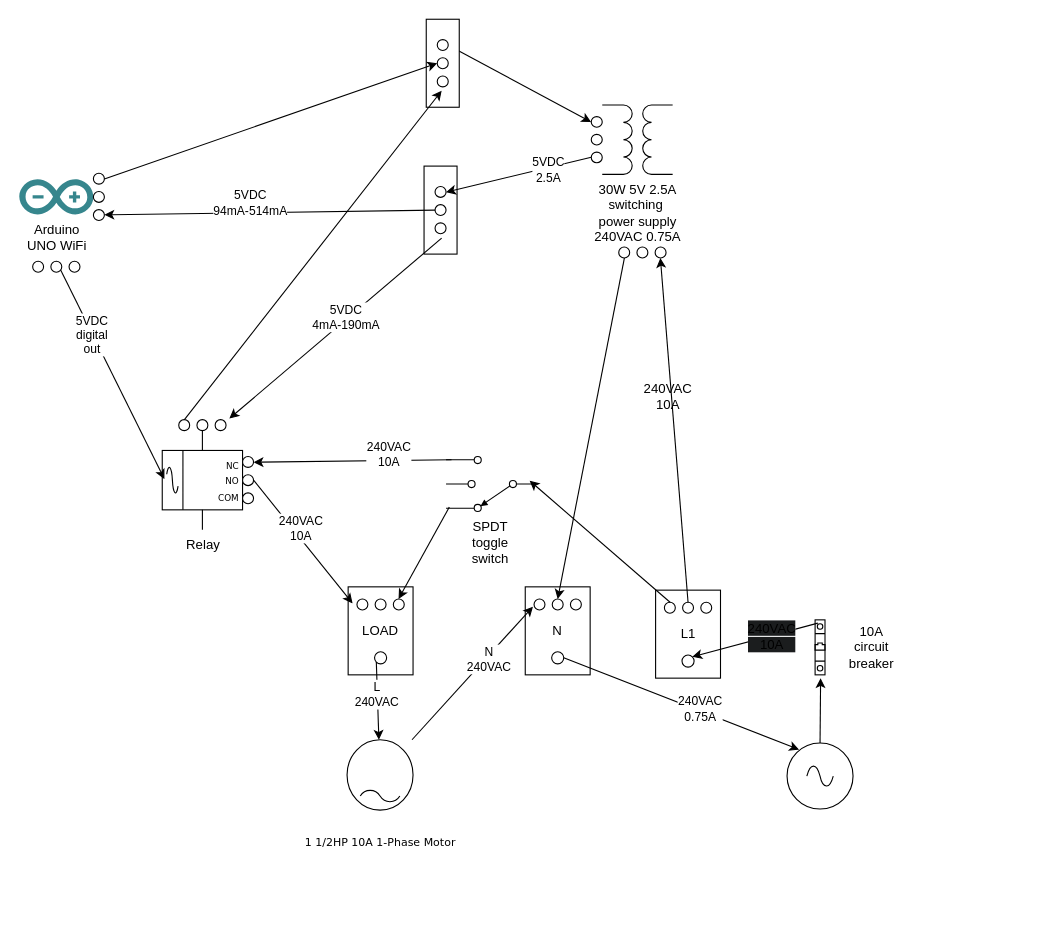
Above: docs/design-drawings-electrical.drawio in SeaGuy/raindance (draw.io), before the change. Source tidied: cells renumbered, new cells numbered last; positions are measured from the earlier drawing's top-left corner, leaving out a move shared by most shapes. Both pictures are drawn from the tidied source at 110%, with x=0, y=0 at pixel (19, 19).
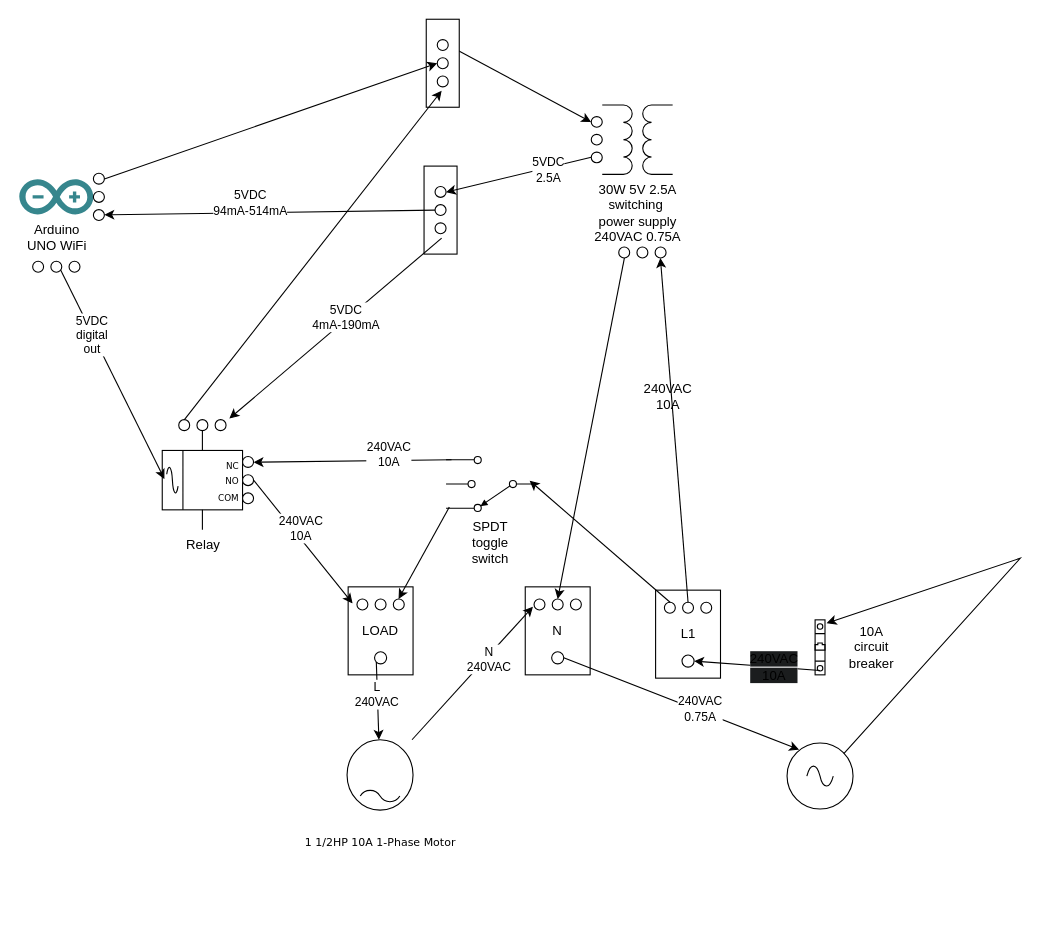
Above is the later version.

The change refers to these unchanged cells:
```xml
<mxCell id="4" style="verticalLabelPosition=bottom;shadow=0;dashed=0;align=center;html=1;verticalAlign=top;shape=mxgraph.electrical.signal_sources.source;points=[[0,0.5,0,0,0],[0.5,0,0,0,0],[0.5,1,0,0,0],[0.86,0.16,0,0,0],[0.86,0.85,0,0,0],[1,0.5,0,0,0]];elSignalType=ac;" parent="1" vertex="1">
  <mxGeometry x="698" y="658" width="60" height="60" as="geometry" />
</mxCell>
<mxCell id="22" style="ellipse;whiteSpace=wrap;html=1;direction=north;" parent="20" vertex="1">
  <mxGeometry x="24" y="59" width="11" height="11" as="geometry" />
</mxCell>
<mxCell id="57" style="verticalLabelPosition=bottom;dashed=0;shadow=0;html=1;align=center;verticalAlign=top;shape=mxgraph.cabinets.cb_1p;" parent="1" vertex="1">
  <mxGeometry x="723.5" y="546" width="9" height="50" as="geometry" />
</mxCell>
```

Change to the diagram source:
```diff
@@
-    <mxCell id="24" style="endArrow=classic;html=1;rounded=0;exitX=0.5;exitY=0;exitDx=0;exitDy=0;exitPerimeter=0;entryX=0.556;entryY=1.06;entryDx=0;entryDy=0;entryPerimeter=0;" parent="1" edge="1" source="4" target="57">
-      <mxGeometry relative="1" as="geometry" />
+    <mxCell id="24" style="endArrow=classic;html=1;rounded=0;exitX=0.86;exitY=0.16;exitDx=0;exitDy=0;exitPerimeter=0;entryX=1.167;entryY=0.06;entryDx=0;entryDy=0;entryPerimeter=0;" parent="1" edge="1" source="4" target="57">
+      <mxGeometry relative="1" as="geometry">
+        <Array as="points">
+          <mxPoint x="910" y="490" />
+        </Array>
+      </mxGeometry>
     </mxCell>
@@
-    <mxCell id="58" style="endArrow=classic;html=1;rounded=0;exitX=0.278;exitY=0.06;exitDx=0;exitDy=0;exitPerimeter=0;entryX=1;entryY=1;entryDx=0;entryDy=0;" parent="1" edge="1" source="57" target="22">
+    <mxCell id="58" style="endArrow=classic;html=1;rounded=0;exitX=0.5;exitY=0.92;exitDx=0;exitDy=0;exitPerimeter=0;entryX=0.5;entryY=1;entryDx=0;entryDy=0;" parent="1" edge="1" source="57" target="22">
       <mxGeometry relative="1" as="geometry" />
     </mxCell>
```
